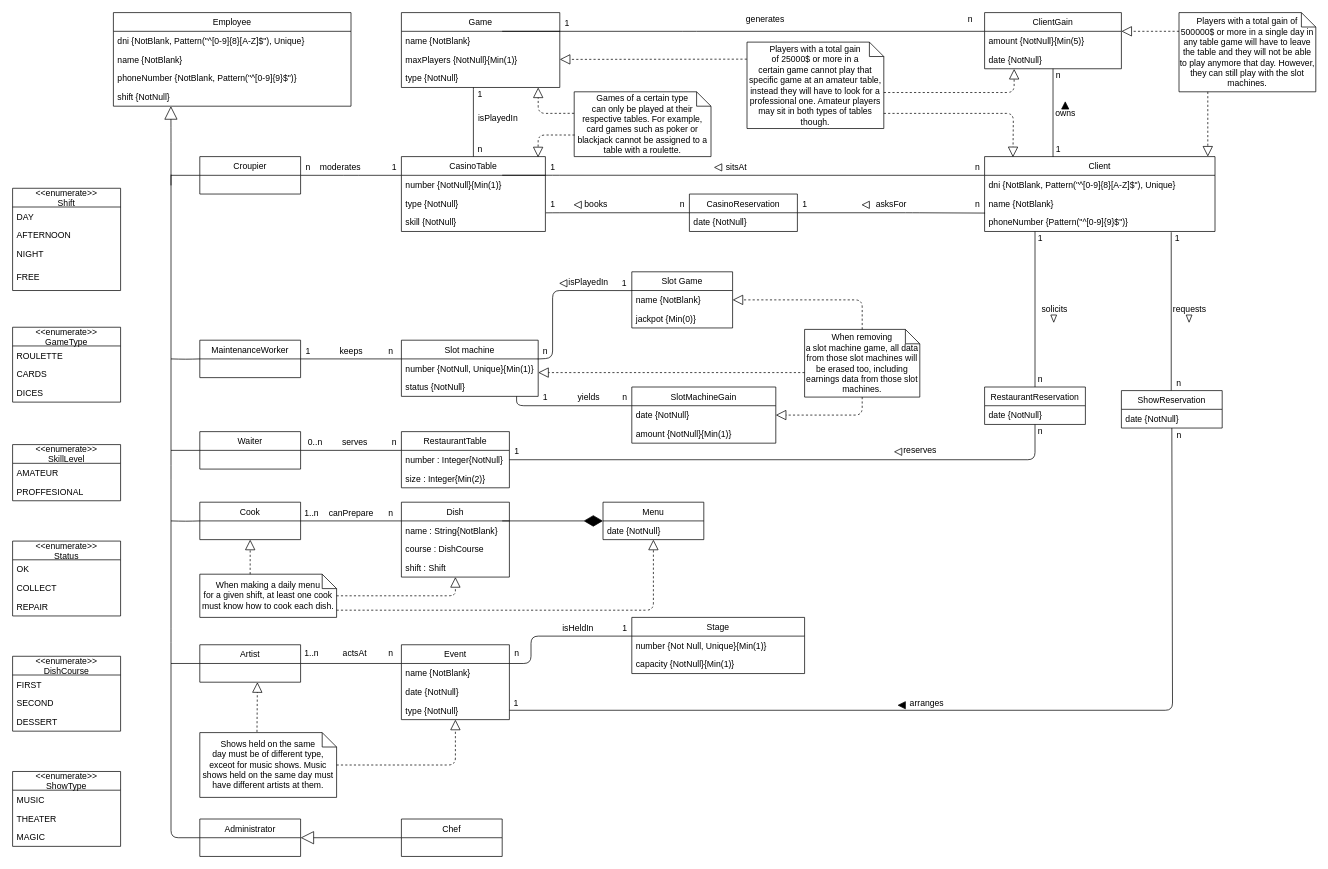
Before: uml/Conceptual Model.drawio in gii-is-DP1/dp1-2020-g1-07, a draw.io diagram. Source tidied: cells renumbered, new cells numbered last; positions are measured from the earlier drawing's top-left corner, leaving out a move shared by most shapes. Both pictures are drawn from the tidied source at 72%, with x=0, y=0 at pixel (12, 12).
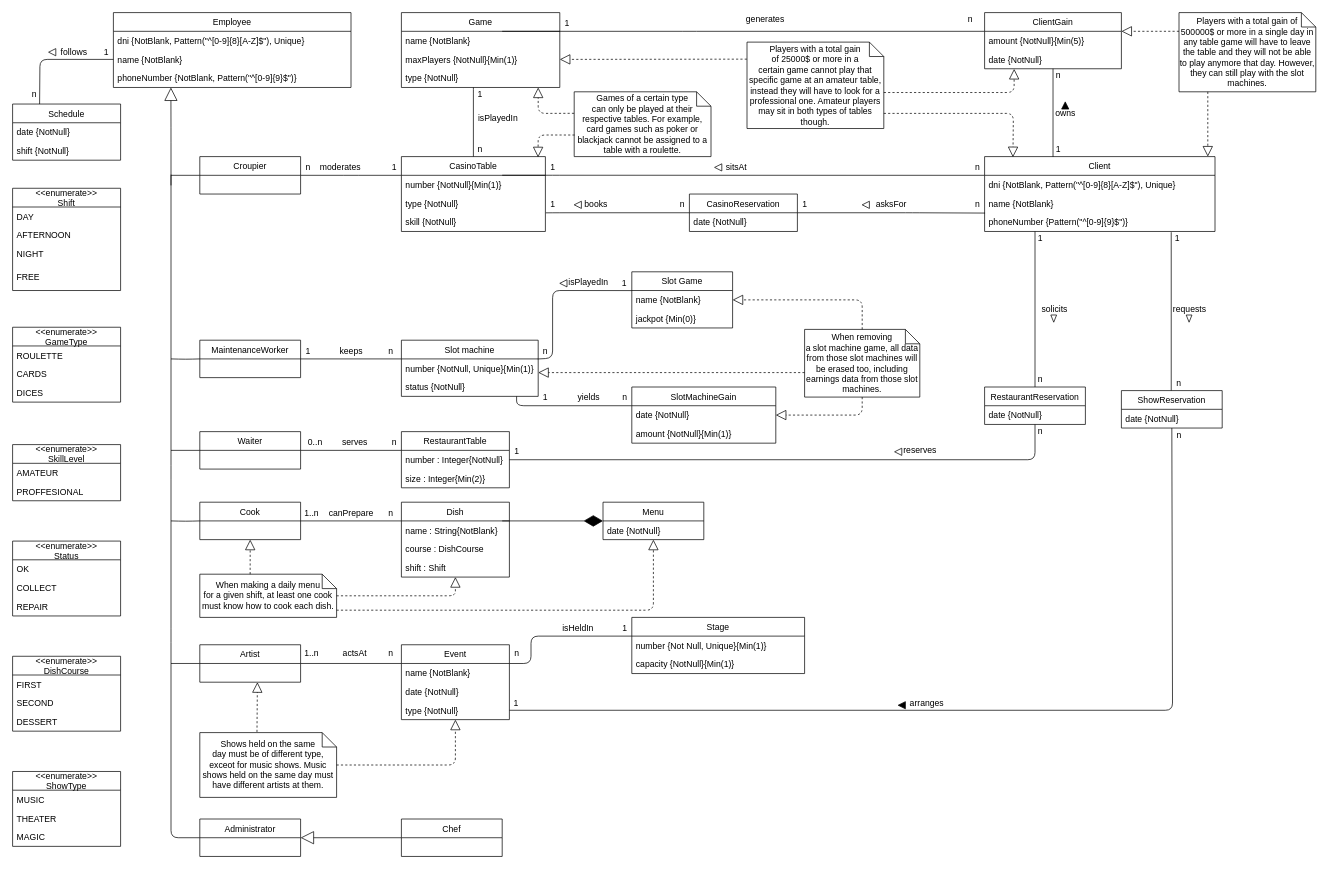
The same page after the edit.

Commit message (it also covers changes not shown here):
Added "Schedule" entity to conceptual model

The change refers to these unchanged cells:
```xml
<mxCell id="4" value="name {NotBlank}" style="text;strokeColor=none;fillColor=none;align=left;verticalAlign=top;spacingLeft=4;spacingRight=4;overflow=hidden;points=[[0,0.5],[1,0.5]];portConstraint=eastwest;" parent="2" vertex="1">
  <mxGeometry y="52" width="330" height="26" as="geometry" />
</mxCell>
<mxCell id="5" value="phoneNumber {NotBlank, Pattern(&quot;^[0-9]{9}$&quot;)}" style="text;strokeColor=none;fillColor=none;align=left;verticalAlign=top;spacingLeft=4;spacingRight=4;overflow=hidden;points=[[0,0.5],[1,0.5]];portConstraint=eastwest;" parent="2" vertex="1">
  <mxGeometry y="78" width="330" height="26" as="geometry" />
</mxCell>
```

What changed in the source:
```diff
@@
     <mxCell id="2" value="Employee" style="swimlane;fontStyle=0;horizontal=1;startSize=26;fillColor=none;" parent="1" vertex="1">
-      <mxGeometry x="140" width="330" height="130" as="geometry" />
+      <mxGeometry x="140" width="330" height="104" as="geometry" />
     </mxCell>
@@
-    <mxCell id="6" value="shift {NotNull}" style="text;strokeColor=none;fillColor=none;align=left;verticalAlign=top;spacingLeft=4;spacingRight=4;overflow=hidden;points=[[0,0.5],[1,0.5]];portConstraint=eastwest;" parent="2" vertex="1">
-      <mxGeometry y="104" width="330" height="26" as="geometry" />
-    </mxCell>
@@
-    <mxCell id="87" style="endArrow=block;endSize=16;endFill=0;html=1;entryX=0.242;entryY=1;entryDx=0;entryDy=0;entryPerimeter=0;" parent="1" edge="1" target="6">
+    <mxCell id="87" style="endArrow=block;endSize=16;endFill=0;html=1;entryX=0.242;entryY=1;entryDx=0;entryDy=0;entryPerimeter=0;" parent="1" edge="1" target="5">
       <mxGeometry relative="1" as="geometry">
         <mxPoint x="220" y="240" as="sourcePoint" />
         <Array as="points">
           <mxPoint x="220" y="170" />
         </Array>
       </mxGeometry>
     </mxCell>
@@
+    <mxCell id="195" value="Schedule" style="swimlane;fontStyle=0;horizontal=1;startSize=26;fillColor=none;" parent="1" vertex="1">
+      <mxGeometry y="127" width="150" height="78" as="geometry" />
+    </mxCell>
+    <mxCell id="196" value="date {NotNull}" style="text;strokeColor=none;fillColor=none;align=left;verticalAlign=top;spacingLeft=4;spacingRight=4;overflow=hidden;" parent="195" vertex="1">
+      <mxGeometry y="26" width="150" height="26" as="geometry" />
+    </mxCell>
+    <mxCell id="6" value="shift {NotNull}" style="text;strokeColor=none;fillColor=none;align=left;verticalAlign=top;spacingLeft=4;spacingRight=4;overflow=hidden;points=[[0,0.5],[1,0.5]];portConstraint=eastwest;" parent="195" vertex="1">
+      <mxGeometry y="52" width="150" height="26" as="geometry" />
+    </mxCell>
+    <mxCell id="197" style="endArrow=none;html=1;entryX=0;entryY=0.5;entryDx=0;entryDy=0;exitX=0.25;exitY=0;exitDx=0;exitDy=0;" parent="1" edge="1" source="195" target="4">
+      <mxGeometry relative="1" as="geometry">
+        <Array as="points">
+          <mxPoint x="38" y="65" />
+        </Array>
+      </mxGeometry>
+    </mxCell>
+    <mxCell id="198" value="1" style="text;html=1;align=center;verticalAlign=middle;" parent="1" vertex="1">
+      <mxGeometry x="120" y="45" width="20" height="20" as="geometry" />
+    </mxCell>
+    <mxCell id="199" value="n" style="text;html=1;align=center;verticalAlign=middle;" parent="1" vertex="1">
+      <mxGeometry x="20" y="104" width="20" height="20" as="geometry" />
+    </mxCell>
+    <mxCell id="200" style="triangle;whiteSpace=wrap;html=1;direction=west;" parent="1" vertex="1">
+      <mxGeometry x="50" y="50" width="10" height="10" as="geometry" />
+    </mxCell>
+    <mxCell id="201" value="follows" style="text;html=1;align=center;verticalAlign=middle;" parent="1" vertex="1">
+      <mxGeometry x="60" y="45" width="50" height="20" as="geometry" />
+    </mxCell>
```
